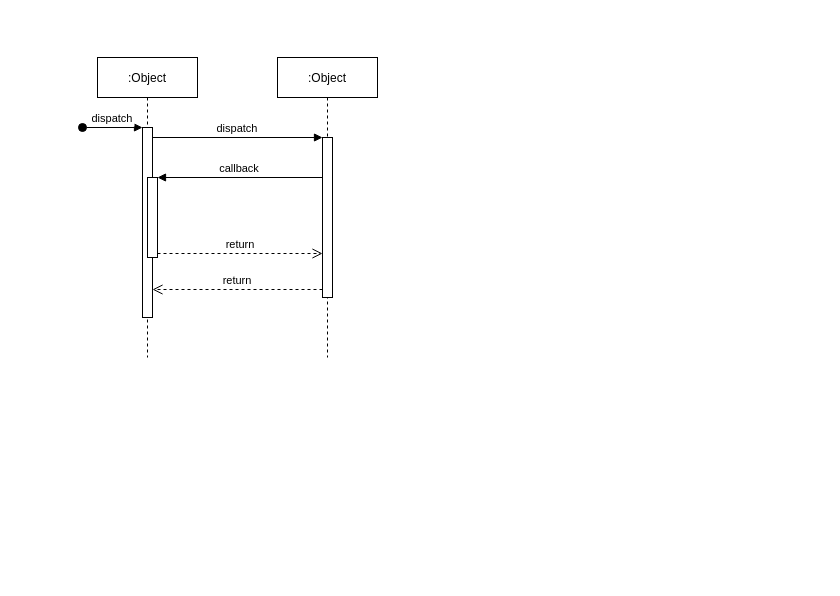
Before: Untitled Diagram.drawio in Pey-crypto/Mitsoverflow, a draw.io diagram. Source tidied: cells renumbered, new cells numbered last; positions are measured from the earlier drawing's top-left corner, leaving out a move shared by most shapes. Both pictures are drawn from the tidied source at 100%, with x=0, y=0 at pixel (82, 57).
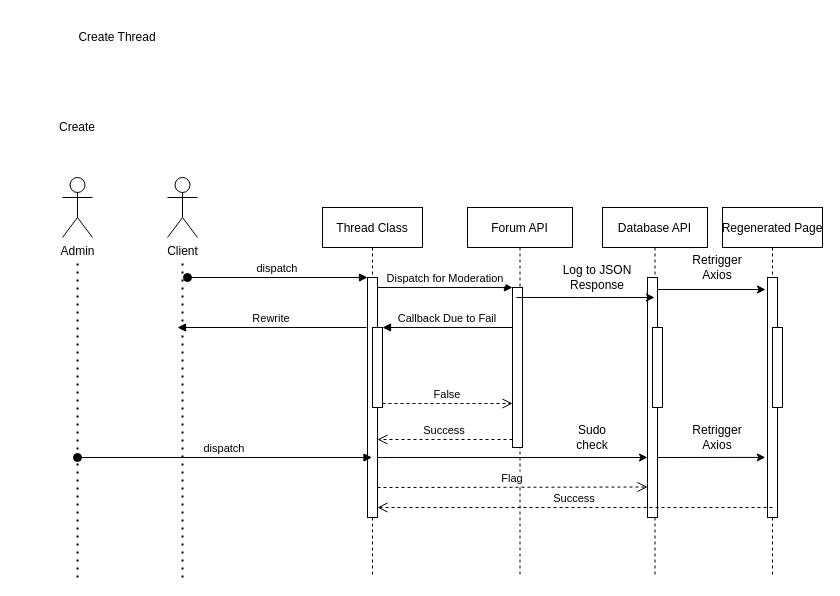
The same diagram, later.

Unchanged cells that the change refers to:
```xml
<mxCell id="5" style="points=[];perimeter=orthogonalPerimeter;rounded=0;shadow=0;strokeWidth=1;" parent="2" vertex="1">
  <mxGeometry x="50" y="120" width="10" height="80" as="geometry" />
</mxCell>
<mxCell id="7" style="points=[];perimeter=orthogonalPerimeter;rounded=0;shadow=0;strokeWidth=1;" parent="6" vertex="1">
  <mxGeometry x="45" y="80" width="10" height="160" as="geometry" />
</mxCell>
```

What changed in the source:
```diff
@@
-    <mxCell id="2" value=":Object" style="shape=umlLifeline;perimeter=lifelinePerimeter;rounded=0;shadow=0;strokeWidth=1;" parent="1" vertex="1">
-      <mxGeometry x="15" width="100" height="300" as="geometry" />
+    <mxCell id="2" value="Thread Class" style="shape=umlLifeline;perimeter=lifelinePerimeter;rounded=0;shadow=0;strokeWidth=1;" parent="1" vertex="1">
+      <mxGeometry x="240" y="150" width="100" height="370" as="geometry" />
     </mxCell>
     <mxCell id="3" style="points=[];perimeter=orthogonalPerimeter;rounded=0;shadow=0;strokeWidth=1;" parent="2" vertex="1">
-      <mxGeometry x="45" y="70" width="10" height="190" as="geometry" />
+      <mxGeometry x="45" y="70" width="10" height="240" as="geometry" />
     </mxCell>
     <mxCell id="4" value="dispatch" style="verticalAlign=bottom;startArrow=oval;endArrow=block;startSize=8;shadow=0;strokeWidth=1;" parent="2" edge="1" target="3">
       <mxGeometry relative="1" as="geometry">
-        <mxPoint x="-15" y="70" as="sourcePoint" />
+        <mxPoint x="-135" y="70" as="sourcePoint" />
       </mxGeometry>
     </mxCell>
@@
-    <mxCell id="6" value=":Object" style="shape=umlLifeline;perimeter=lifelinePerimeter;rounded=0;shadow=0;strokeWidth=1;" parent="1" vertex="1">
-      <mxGeometry x="195" width="100" height="300" as="geometry" />
+    <mxCell id="6" value="Forum API" style="shape=umlLifeline;perimeter=lifelinePerimeter;rounded=0;shadow=0;strokeWidth=1;" parent="1" vertex="1">
+      <mxGeometry x="385" y="150" width="105" height="370" as="geometry" />
     </mxCell>
@@
-    <mxCell id="8" value="return" style="verticalAlign=bottom;endArrow=open;dashed=1;endSize=8;exitX=0;exitY=0.95;shadow=0;strokeWidth=1;" parent="1" edge="1" source="7" target="3">
+    <mxCell id="8" value="Success" style="verticalAlign=bottom;endArrow=open;dashed=1;endSize=8;exitX=0;exitY=0.95;shadow=0;strokeWidth=1;" parent="1" edge="1" source="7" target="3">
       <mxGeometry relative="1" as="geometry" />
     </mxCell>
-    <mxCell id="9" value="dispatch" style="verticalAlign=bottom;endArrow=block;entryX=0;entryY=0;shadow=0;strokeWidth=1;" parent="1" edge="1" source="3" target="7">
+    <mxCell id="9" value="Dispatch for Moderation" style="verticalAlign=bottom;endArrow=block;entryX=0;entryY=0;shadow=0;strokeWidth=1;" parent="1" edge="1" source="3" target="7">
       <mxGeometry relative="1" as="geometry" />
     </mxCell>
-    <mxCell id="10" value="callback" style="verticalAlign=bottom;endArrow=block;entryX=1;entryY=0;shadow=0;strokeWidth=1;" parent="1" edge="1" source="7" target="5">
+    <mxCell id="10" value="Callback Due to Fail" style="verticalAlign=bottom;endArrow=block;entryX=1;entryY=0;shadow=0;strokeWidth=1;" parent="1" edge="1" source="7" target="5">
       <mxGeometry relative="1" as="geometry" />
     </mxCell>
-    <mxCell id="11" value="return" style="verticalAlign=bottom;endArrow=open;dashed=1;endSize=8;exitX=1;exitY=0.95;shadow=0;strokeWidth=1;" parent="1" edge="1" source="5" target="7">
+    <mxCell id="11" value="False" style="verticalAlign=bottom;endArrow=open;dashed=1;endSize=8;exitX=1;exitY=0.95;shadow=0;strokeWidth=1;" parent="1" edge="1" source="5" target="7">
       <mxGeometry relative="1" as="geometry" />
     </mxCell>
+    <mxCell id="12" value="Create Thread" style="text;html=1;strokeColor=none;fillColor=none;align=center;verticalAlign=middle;whiteSpace=wrap;rounded=0;" parent="1" vertex="1">
+      <mxGeometry x="-65" y="-40" width="200" height="40" as="geometry" />
+    </mxCell>
+    <mxCell id="13" value="Create" style="text;html=1;strokeColor=none;fillColor=none;align=center;verticalAlign=middle;whiteSpace=wrap;rounded=0;" parent="1" vertex="1">
+      <mxGeometry x="-25" y="60" width="40" height="20" as="geometry" />
+    </mxCell>
+    <mxCell id="14" value="Admin" style="shape=umlActor;verticalLabelPosition=bottom;verticalAlign=top;html=1;" parent="1" vertex="1">
+      <mxGeometry x="-20" y="120" width="30" height="60" as="geometry" />
+    </mxCell>
+    <mxCell id="15" value="Client" style="shape=umlActor;verticalLabelPosition=bottom;verticalAlign=top;html=1;" parent="1" vertex="1">
+      <mxGeometry x="85" y="120" width="30" height="60" as="geometry" />
+    </mxCell>
+    <mxCell id="16" value="Database API" style="shape=umlLifeline;perimeter=lifelinePerimeter;rounded=0;shadow=0;strokeWidth=1;" parent="1" vertex="1">
+      <mxGeometry x="520" y="150" width="105" height="370" as="geometry" />
+    </mxCell>
+    <mxCell id="17" style="points=[];perimeter=orthogonalPerimeter;rounded=0;shadow=0;strokeWidth=1;" parent="16" vertex="1">
+      <mxGeometry x="45" y="70" width="10" height="240" as="geometry" />
+    </mxCell>
+    <mxCell id="18" style="perimeter=orthogonalPerimeter;rounded=0;shadow=0;strokeWidth=1;" parent="16" vertex="1">
+      <mxGeometry x="50" y="120" width="10" height="80" as="geometry" />
+    </mxCell>
+    <mxCell id="19" style="endArrow=classic;html=1;" parent="16" edge="1">
+      <mxGeometry relative="1" as="geometry">
+        <mxPoint x="55" y="82" as="sourcePoint" />
+        <mxPoint x="163" y="82" as="targetPoint" />
+      </mxGeometry>
+    </mxCell>
+    <mxCell id="20" value="Retrigger Axios" style="text;html=1;strokeColor=none;fillColor=none;align=center;verticalAlign=middle;whiteSpace=wrap;rounded=0;" parent="16" vertex="1">
+      <mxGeometry x="95" y="50" width="40" height="20" as="geometry" />
+    </mxCell>
+    <mxCell id="21" value="Regenerated Page" style="shape=umlLifeline;perimeter=lifelinePerimeter;rounded=0;shadow=0;strokeWidth=1;" parent="1" vertex="1">
+      <mxGeometry x="640" y="150" width="100" height="370" as="geometry" />
+    </mxCell>
+    <mxCell id="22" style="perimeter=orthogonalPerimeter;rounded=0;shadow=0;strokeWidth=1;" parent="21" vertex="1">
+      <mxGeometry x="45" y="70" width="10" height="240" as="geometry" />
+    </mxCell>
+    <mxCell id="23" style="perimeter=orthogonalPerimeter;rounded=0;shadow=0;strokeWidth=1;" parent="21" vertex="1">
+      <mxGeometry x="50" y="120" width="10" height="80" as="geometry" />
+    </mxCell>
+    <mxCell id="24" style="endArrow=none;dashed=1;html=1;dashPattern=1 3;strokeWidth=2;" parent="1" edge="1">
+      <mxGeometry relative="1" as="geometry">
+        <mxPoint x="-5" y="520" as="sourcePoint" />
+        <mxPoint x="-5" y="200" as="targetPoint" />
+      </mxGeometry>
+    </mxCell>
+    <mxCell id="25" style="endArrow=none;dashed=1;html=1;dashPattern=1 3;strokeWidth=2;" parent="1" edge="1">
+      <mxGeometry relative="1" as="geometry">
+        <mxPoint x="100" y="520" as="sourcePoint" />
+        <mxPoint x="100" y="200" as="targetPoint" />
+      </mxGeometry>
+    </mxCell>
+    <mxCell id="26" value="Rewrite" style="verticalAlign=bottom;endArrow=block;entryX=1;entryY=0;shadow=0;strokeWidth=1;" parent="1" edge="1">
+      <mxGeometry relative="1" as="geometry">
+        <mxPoint x="284" y="270" as="sourcePoint" />
+        <mxPoint x="95" y="270" as="targetPoint" />
+      </mxGeometry>
+    </mxCell>
+    <mxCell id="27" style="endArrow=classic;html=1;" parent="1" edge="1" target="16">
+      <mxGeometry relative="1" as="geometry">
+        <mxPoint x="434" y="240" as="sourcePoint" />
+        <Array as="points">
+          <mxPoint x="505" y="240" />
+        </Array>
+      </mxGeometry>
+    </mxCell>
+    <mxCell id="28" value="Log to JSON Response" style="text;html=1;strokeColor=none;fillColor=none;align=center;verticalAlign=middle;whiteSpace=wrap;rounded=0;" parent="1" vertex="1">
+      <mxGeometry x="475" y="210" width="80" height="20" as="geometry" />
+    </mxCell>
+    <mxCell id="29" value="dispatch" style="verticalAlign=bottom;startArrow=oval;endArrow=block;startSize=8;shadow=0;strokeWidth=1;" parent="1" edge="1" target="2">
+      <mxGeometry relative="1" as="geometry">
+        <mxPoint x="-5" y="400" as="sourcePoint" />
+      </mxGeometry>
+    </mxCell>
+    <mxCell id="30" style="endArrow=classic;html=1;" parent="1" edge="1" source="3">
+      <mxGeometry relative="1" as="geometry">
+        <mxPoint x="565" y="400" as="targetPoint" />
+        <Array as="points">
+          <mxPoint x="305" y="400" />
+        </Array>
+      </mxGeometry>
+    </mxCell>
+    <mxCell id="31" value="Sudo check" style="text;html=1;strokeColor=none;fillColor=none;align=center;verticalAlign=middle;whiteSpace=wrap;rounded=0;" parent="1" vertex="1">
+      <mxGeometry x="490" y="370" width="40" height="20" as="geometry" />
+    </mxCell>
+    <mxCell id="32" style="endArrow=classic;html=1;entryX=-0.225;entryY=0.052;entryDx=0;entryDy=0;entryPerimeter=0;" parent="1" edge="1">
+      <mxGeometry relative="1" as="geometry">
+        <mxPoint x="575" y="400" as="sourcePoint" />
+        <mxPoint x="682.8" y="399.9" as="targetPoint" />
+      </mxGeometry>
+    </mxCell>
+    <mxCell id="33" value="Retrigger Axios" style="text;html=1;strokeColor=none;fillColor=none;align=center;verticalAlign=middle;whiteSpace=wrap;rounded=0;" parent="1" vertex="1">
+      <mxGeometry x="615" y="370" width="40" height="20" as="geometry" />
+    </mxCell>
+    <mxCell id="34" value="Flag" style="verticalAlign=bottom;endArrow=open;dashed=1;endSize=8;exitX=1;exitY=0.95;shadow=0;strokeWidth=1;entryX=0.005;entryY=0.873;entryDx=0;entryDy=0;entryPerimeter=0;" parent="1" edge="1" target="17">
+      <mxGeometry relative="1" as="geometry">
+        <mxPoint x="295" y="430" as="sourcePoint" />
+      </mxGeometry>
+    </mxCell>
+    <mxCell id="35" value="Success" style="verticalAlign=bottom;endArrow=open;dashed=1;endSize=8;exitX=0;exitY=0.95;shadow=0;strokeWidth=1;" parent="1" edge="1">
+      <mxGeometry relative="1" as="geometry">
+        <mxPoint x="690" y="450" as="sourcePoint" />
+        <mxPoint x="295" y="450" as="targetPoint" />
+      </mxGeometry>
+    </mxCell>
```
